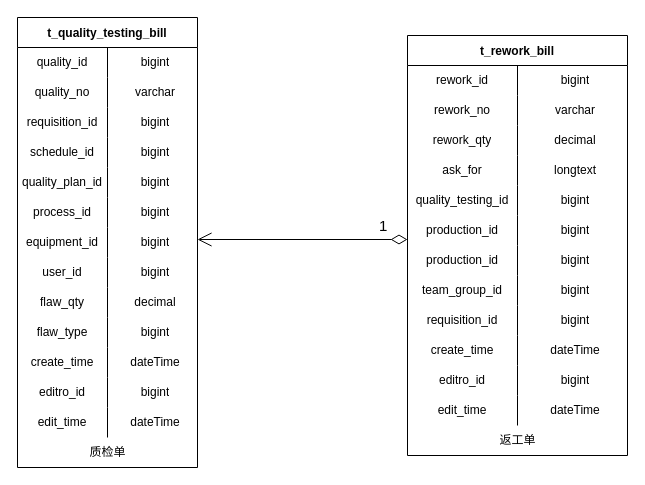
The draw.io diagram 质检单管理.drawio in KNAI-I/test, before the edit. Source tidied: cells renumbered, new cells numbered last; positions are measured from the earlier drawing's top-left corner, leaving out a move shared by most shapes. Both pictures are drawn from the tidied source at 100%, with x=0, y=0 at pixel (17, 17).
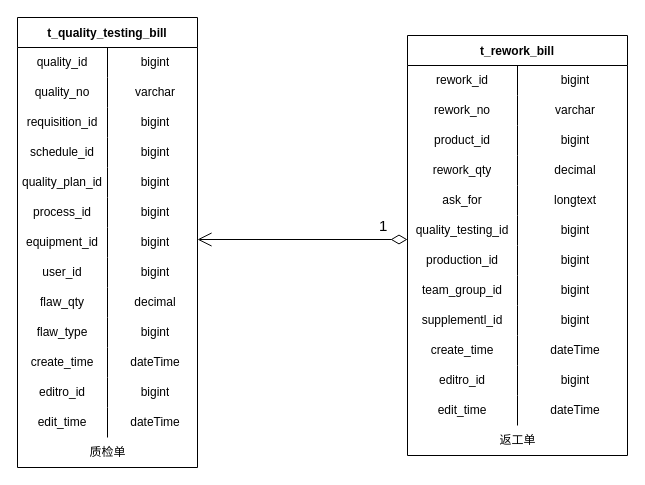
Above is the later version.

Commit message:
更新质检单管理.drawio

Unchanged cells that the change refers to:
```xml
<mxCell id="43" value="t_rework_bill" style="shape=table;startSize=30;childLayout=tableLayout;rowLines=0;fontStyle=1;" parent="1" vertex="1">
  <mxGeometry x="390" y="18" width="220" height="420" as="geometry" />
</mxCell>
<mxCell id="68" style="shape=tableRow;horizontal=0;startSize=0;swimlaneHead=0;swimlaneBody=0;top=0;left=0;bottom=0;right=0;fillColor=none;" parent="43" vertex="1">
  <mxGeometry y="270" width="220" height="30" as="geometry" />
</mxCell>
```

Diff of the diagram source:
```diff
@@
+    <mxCell id="62" style="shape=tableRow;horizontal=0;startSize=0;swimlaneHead=0;swimlaneBody=0;top=0;left=0;bottom=0;right=0;fillColor=none;" parent="43" vertex="1">
+      <mxGeometry y="90" width="220" height="30" as="geometry" />
+    </mxCell>
+    <mxCell id="63" value="product_id" style="shape=partialRectangle;html=1;whiteSpace=wrap;fillColor=none;top=0;left=0;bottom=0;right=0;overflow=hidden;" parent="62" vertex="1">
+      <mxGeometry width="110" height="30" as="geometry" />
+    </mxCell>
+    <mxCell id="64" value="bigint" style="shape=partialRectangle;html=1;whiteSpace=wrap;fillColor=none;top=0;left=0;bottom=0;right=0;align=center;spacingLeft=6;overflow=hidden;" parent="62" vertex="1">
+      <mxGeometry x="110" width="110" height="30" as="geometry" />
+    </mxCell>
     <mxCell id="50" style="shape=tableRow;horizontal=0;startSize=0;swimlaneHead=0;swimlaneBody=0;top=0;left=0;bottom=0;right=0;fillColor=none;" parent="43" vertex="1">
-      <mxGeometry y="90" width="220" height="30" as="geometry" />
+      <mxGeometry y="120" width="220" height="30" as="geometry" />
     </mxCell>
@@
     <mxCell id="53" style="shape=tableRow;horizontal=0;startSize=0;swimlaneHead=0;swimlaneBody=0;top=0;left=0;bottom=0;right=0;fillColor=none;" parent="43" vertex="1">
-      <mxGeometry y="120" width="220" height="30" as="geometry" />
+      <mxGeometry y="150" width="220" height="30" as="geometry" />
     </mxCell>
@@
     <mxCell id="56" style="shape=tableRow;horizontal=0;startSize=0;swimlaneHead=0;swimlaneBody=0;top=0;left=0;bottom=0;right=0;fillColor=none;" parent="43" vertex="1">
-      <mxGeometry y="150" width="220" height="30" as="geometry" />
+      <mxGeometry y="180" width="220" height="30" as="geometry" />
     </mxCell>
@@
     <mxCell id="59" style="shape=tableRow;horizontal=0;startSize=0;swimlaneHead=0;swimlaneBody=0;top=0;left=0;bottom=0;right=0;fillColor=none;" parent="43" vertex="1">
-      <mxGeometry y="180" width="220" height="30" as="geometry" />
+      <mxGeometry y="210" width="220" height="30" as="geometry" />
     </mxCell>
@@
-    <mxCell id="62" style="shape=tableRow;horizontal=0;startSize=0;swimlaneHead=0;swimlaneBody=0;top=0;left=0;bottom=0;right=0;fillColor=none;" parent="43" vertex="1">
-      <mxGeometry y="210" width="220" height="30" as="geometry" />
-    </mxCell>
-    <mxCell id="63" value="production_id" style="shape=partialRectangle;html=1;whiteSpace=wrap;fillColor=none;top=0;left=0;bottom=0;right=0;overflow=hidden;" parent="62" vertex="1">
-      <mxGeometry width="110" height="30" as="geometry" />
-    </mxCell>
-    <mxCell id="64" value="bigint" style="shape=partialRectangle;html=1;whiteSpace=wrap;fillColor=none;top=0;left=0;bottom=0;right=0;align=center;spacingLeft=6;overflow=hidden;" parent="62" vertex="1">
-      <mxGeometry x="110" width="110" height="30" as="geometry" />
-    </mxCell>
@@
-    <mxCell id="69" value="requisition_id" style="shape=partialRectangle;html=1;whiteSpace=wrap;fillColor=none;top=0;left=0;bottom=0;right=0;overflow=hidden;" parent="68" vertex="1">
+    <mxCell id="69" value="supplementl_id" style="shape=partialRectangle;html=1;whiteSpace=wrap;fillColor=none;top=0;left=0;bottom=0;right=0;overflow=hidden;" parent="68" vertex="1">
       <mxGeometry width="110" height="30" as="geometry" />
     </mxCell>
```
